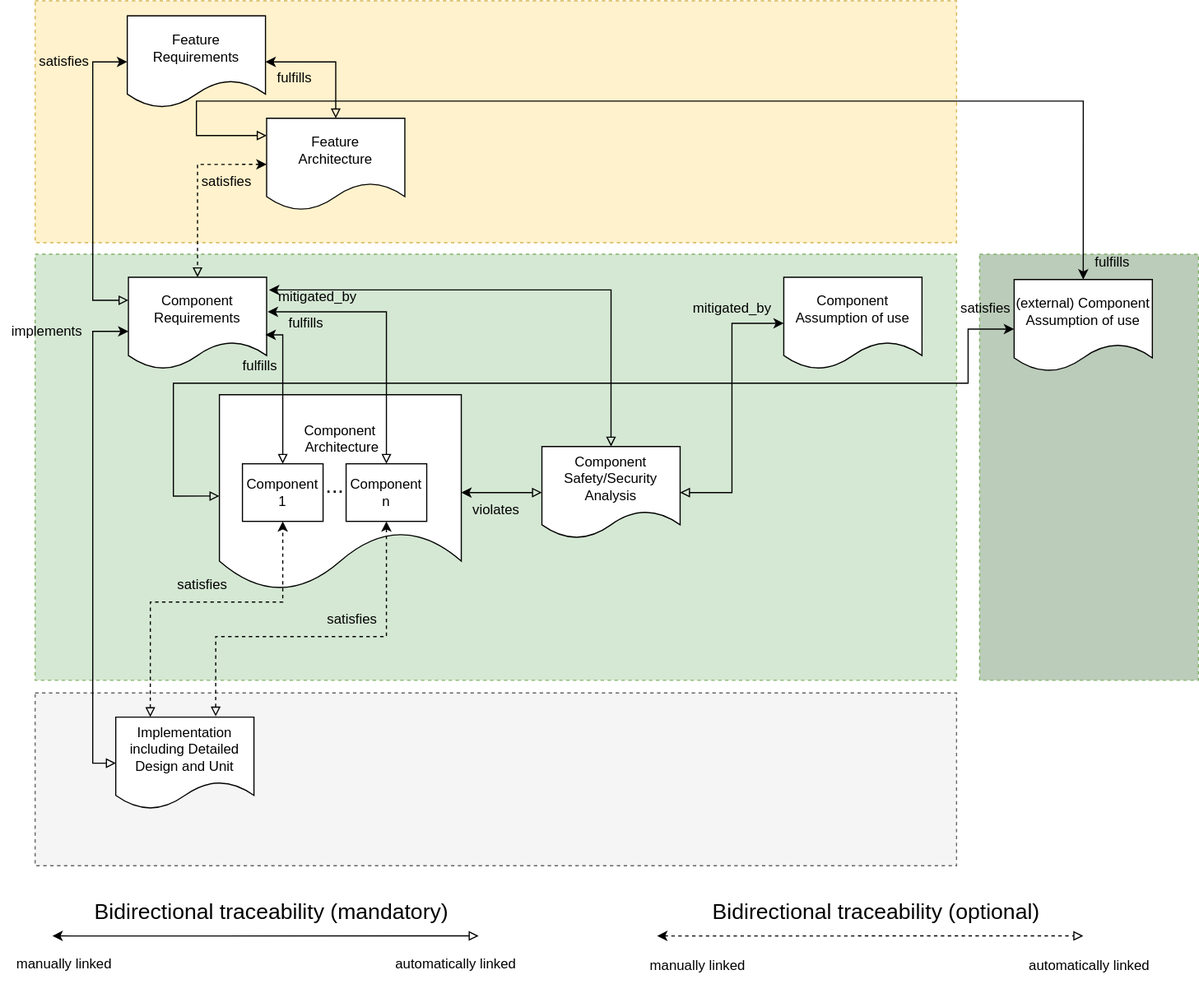
Before: main/_images/score_traceability_model_cmp_overview_2.drawio.svg, a diagram exported from draw.io (eclipse-score/process_description). Source tidied: cells renumbered, new cells last; positions are measured from the earlier drawing's top-left corner, leaving out a move shared by most shapes.
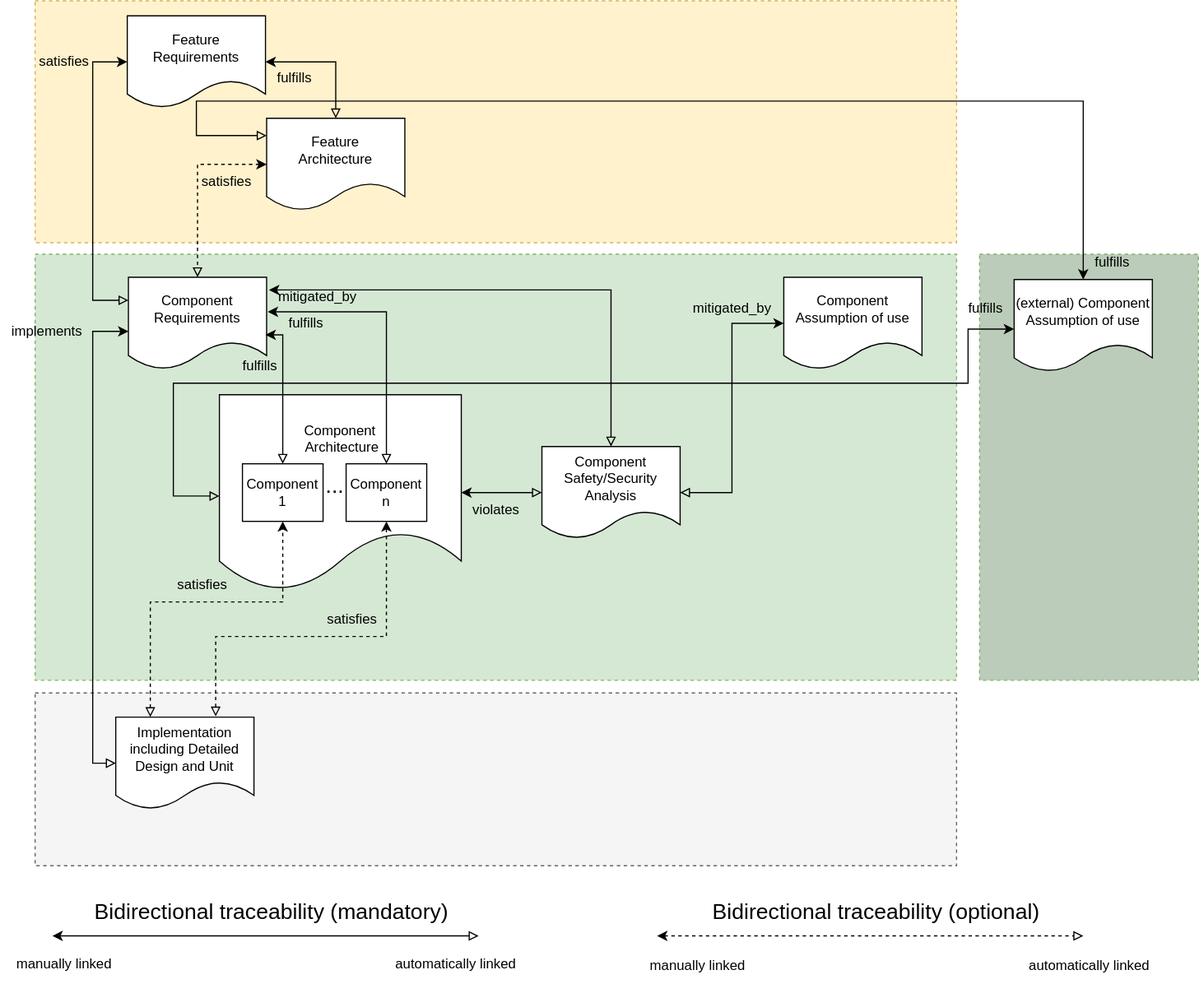
Later version of the same file.

The edit, as a diff of the source:
```diff
@@ -176,8 +176,8 @@
     <mxCell id="42" value="mitigated_by" style="text;html=1;align=center;verticalAlign=middle;strokeColor=none;fillColor=none;" parent="1" vertex="1">
       <mxGeometry x="590" y="252" width="90" height="30" as="geometry" />
     </mxCell>
-    <mxCell id="43" value="satisfies" style="text;html=1;align=center;verticalAlign=middle;strokeColor=none;fillColor=none;" parent="1" vertex="1">
-      <mxGeometry x="820" y="252" width="70" height="30" as="geometry" />
+    <mxCell id="43" value="fulfills" style="text;html=1;align=center;verticalAlign=middle;strokeColor=none;fillColor=none;" parent="1" vertex="1">
+      <mxGeometry x="830" y="252" width="50" height="30" as="geometry" />
     </mxCell>
     <mxCell id="44" value="fulfills" style="text;html=1;align=center;verticalAlign=middle;strokeColor=none;fillColor=none;" parent="1" vertex="1">
       <mxGeometry x="940" y="212" width="50" height="30" as="geometry" />
```
